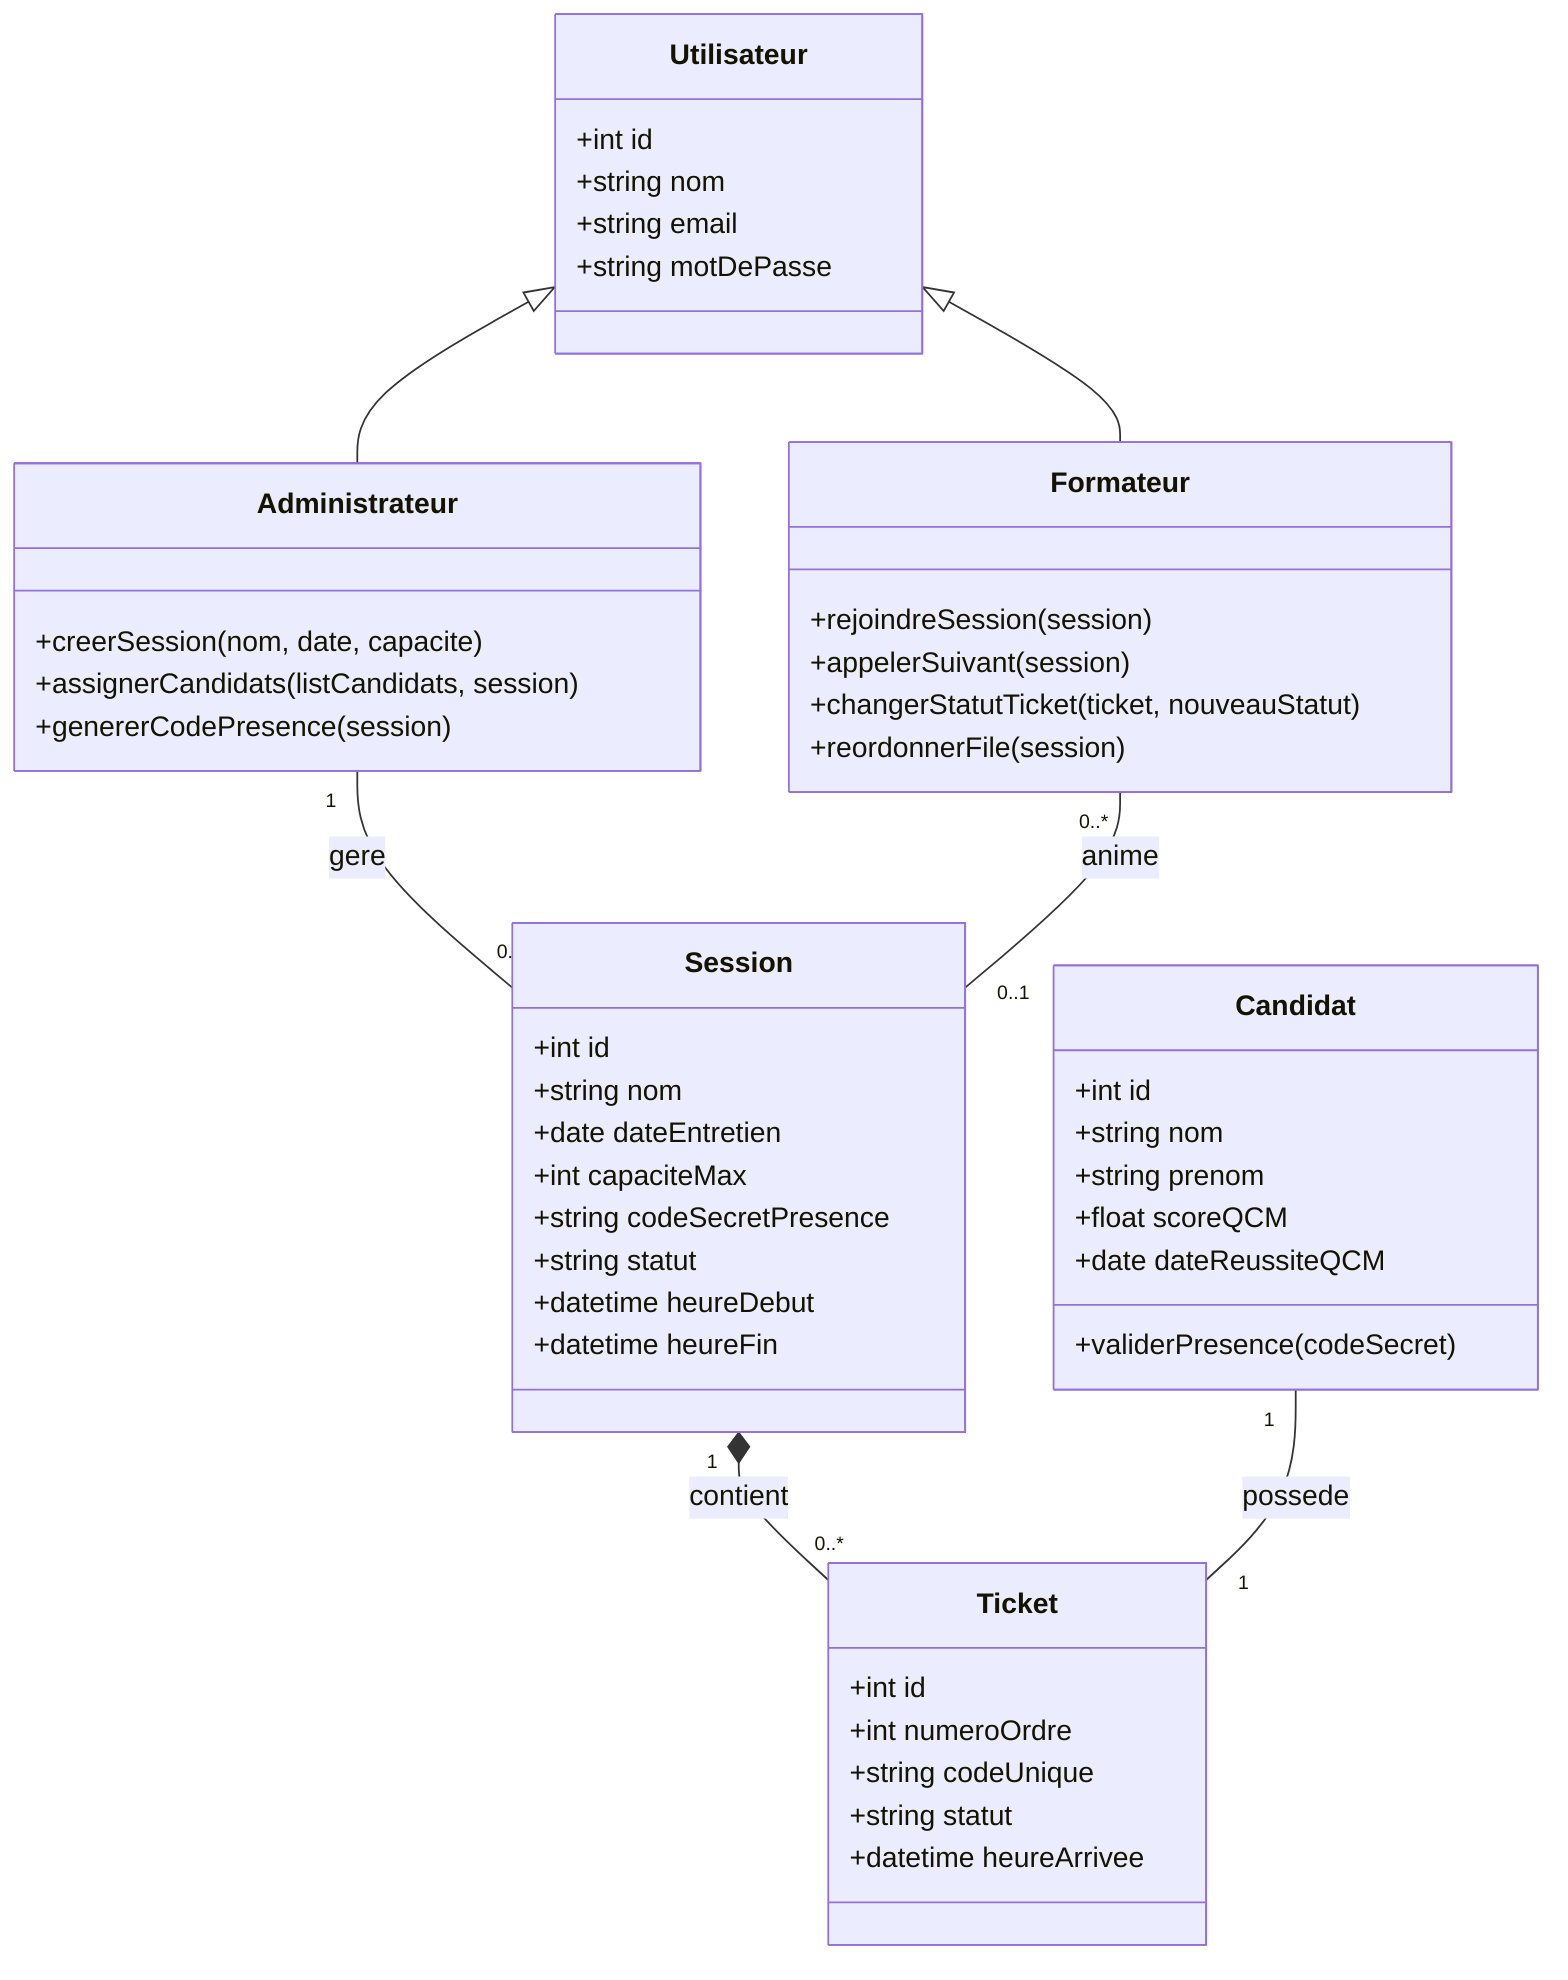
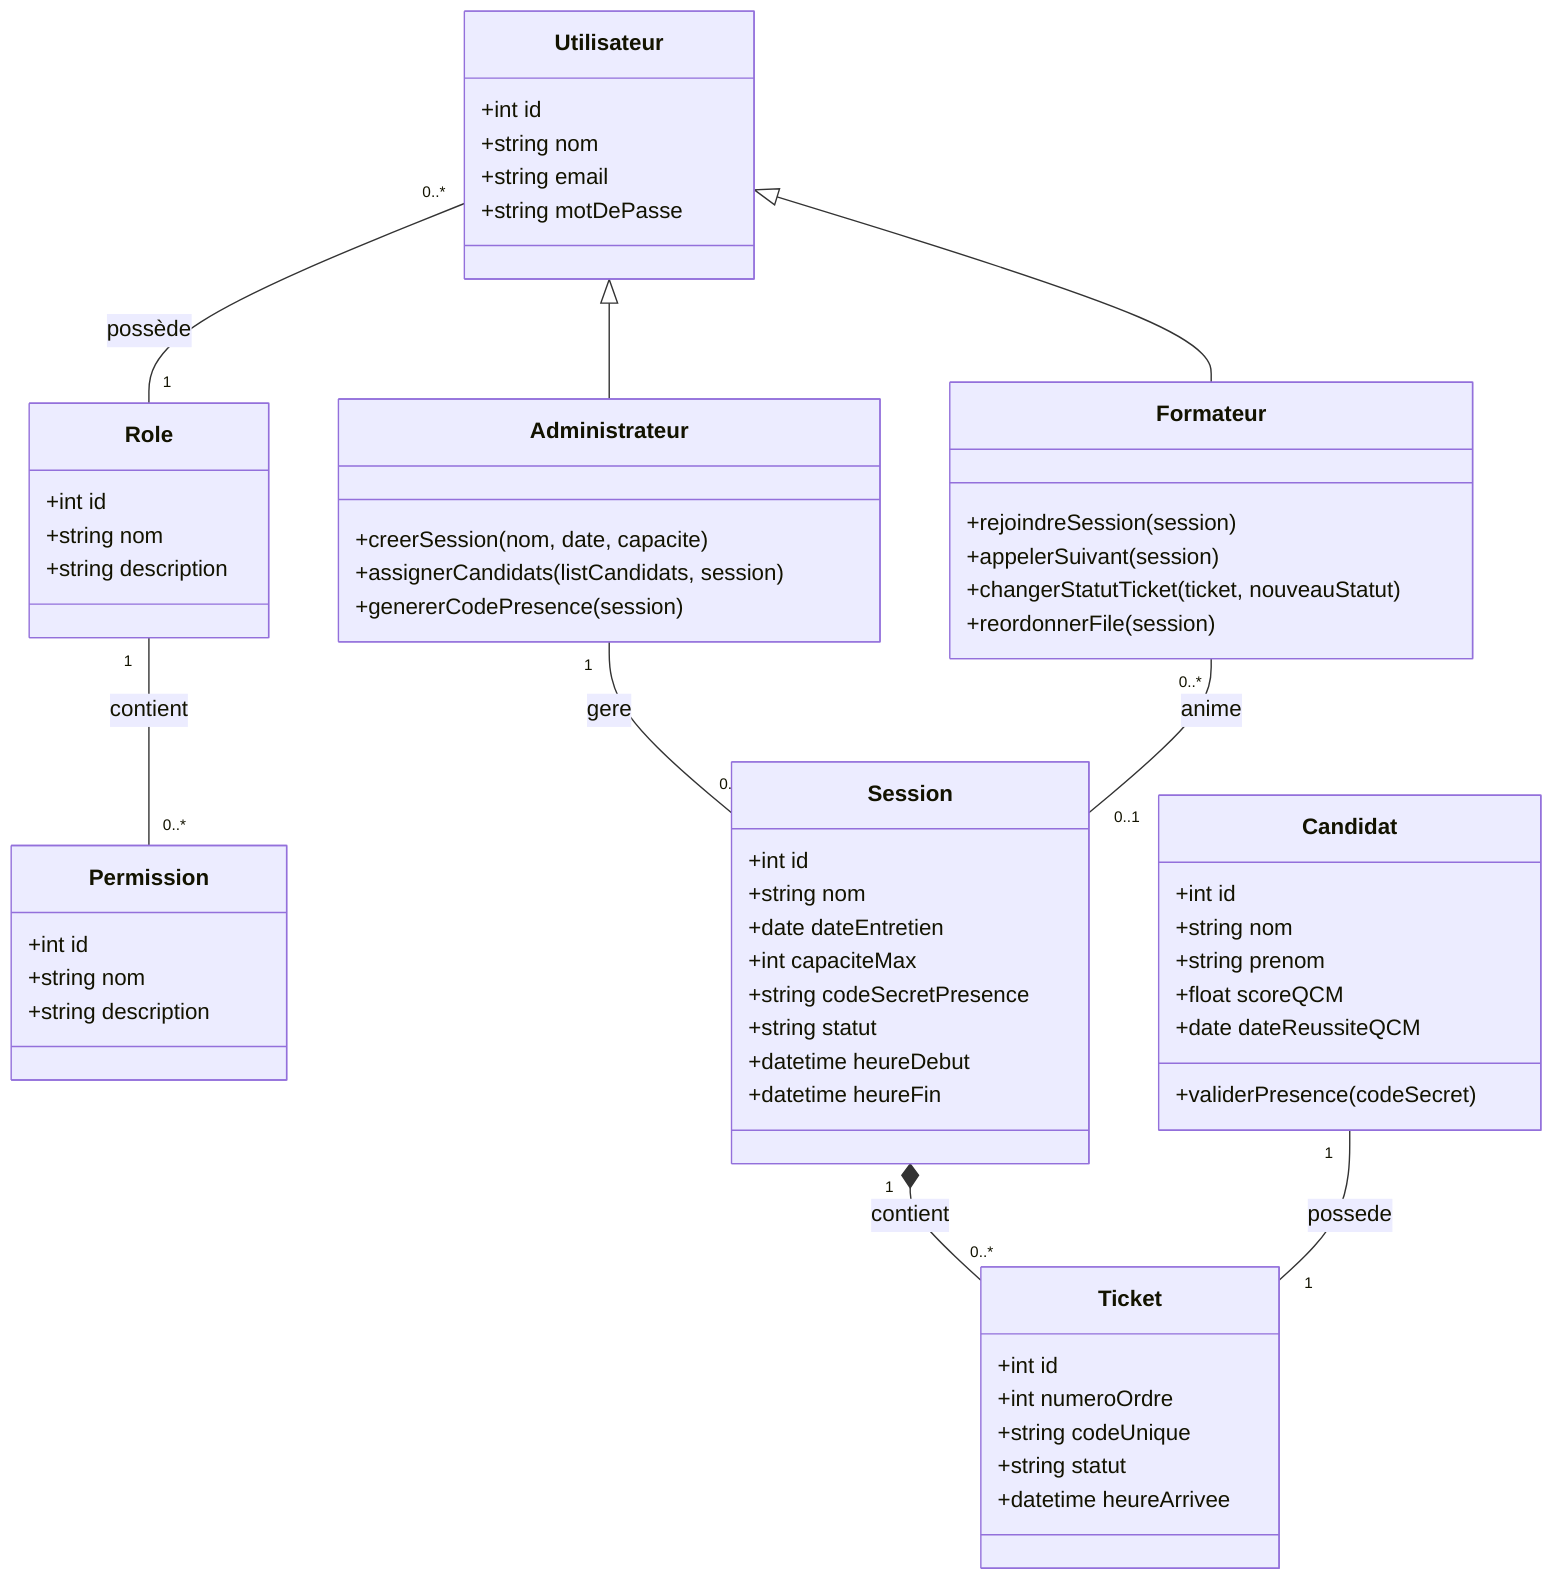
classDiagram
    class Utilisateur {
        +int id
        +string nom
        +string email
        +string motDePasse
+     }
+ 
+     class Role {
+         +int id
+         +string nom
+         +string description
+     }
+ 
+     class Permission {
+         +int id
+         +string nom
+         +string description
    }

    class Administrateur {
        +creerSession(nom, date, capacite)
        +assignerCandidats(listCandidats, session)
        +genererCodePresence(session)
    }

    class Formateur {
        +rejoindreSession(session)
        +appelerSuivant(session)
        +changerStatutTicket(ticket, nouveauStatut)
        +reordonnerFile(session)
    }

    class Candidat {
        +int id
        +string nom
        +string prenom
        +float scoreQCM
        +date dateReussiteQCM
        +validerPresence(codeSecret)
    }

    class Session {
        +int id
        +string nom
        +date dateEntretien
        +int capaciteMax
        +string codeSecretPresence
        +string statut
        +datetime heureDebut
        +datetime heureFin
    }

    class Ticket {
        +int id
        +int numeroOrdre
        +string codeUnique
        +string statut
        +datetime heureArrivee
    }

+     %% Relations d'Access Control
+     Utilisateur "0..*" -- "1" Role : possède
+     Role "1" -- "0..*" Permission : contient
+ 
+     %% Relations d'Héritage et Métier
    Utilisateur <|-- Administrateur
    Utilisateur <|-- Formateur
    Administrateur "1" -- "0..*" Session : gere
    Formateur "0..*" -- "0..1" Session : anime
    Session "1" *-- "0..*" Ticket : contient
    Candidat "1" -- "1" Ticket : possede